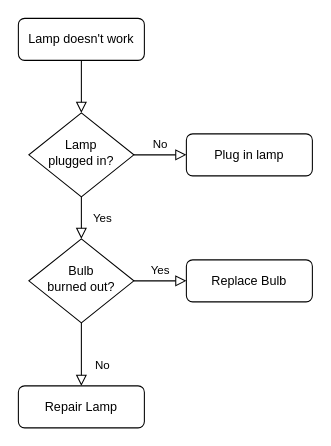
The draw.io diagram Untitled Diagram.drawio in liammccarthy17/Paper2DSideScroller-LiamAndBryan, before the edit. Source tidied: cells renumbered, new cells numbered last; positions are measured from the earlier drawing's top-left corner, leaving out a move shared by most shapes. Both pictures are drawn from the tidied source at 105%, with x=0, y=0 at pixel (18, 18).
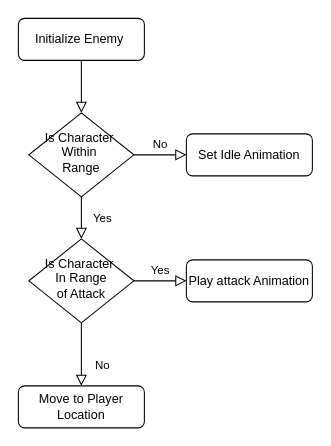
Above is the later version.

Commit message:
Enemy Flowchart

Change to the diagram source:
```diff
@@
 <mxGraphModel>
   <root>
     <mxCell id="0" />
     <mxCell id="1" parent="0" />
     <mxCell id="2" style="rounded=0;html=1;jettySize=auto;fontSize=11;endArrow=block;endFill=0;endSize=8;strokeWidth=1;shadow=0;labelBackgroundColor=none;edgeStyle=orthogonalEdgeStyle;" parent="1" edge="1" source="3" target="6">
       <mxGeometry relative="1" as="geometry" />
     </mxCell>
-    <mxCell id="3" value="Lamp doesn't work" style="rounded=1;whiteSpace=wrap;html=1;fontSize=12;glass=0;strokeWidth=1;shadow=0;" parent="1" vertex="1">
+    <mxCell id="3" value="Initialize Enemy&amp;nbsp;" style="rounded=1;whiteSpace=wrap;html=1;fontSize=12;glass=0;strokeWidth=1;shadow=0;" parent="1" vertex="1">
       <mxGeometry width="120" height="40" as="geometry" />
     </mxCell>
     <mxCell id="4" value="Yes" style="rounded=0;html=1;jettySize=auto;fontSize=11;endArrow=block;endFill=0;endSize=8;strokeWidth=1;shadow=0;labelBackgroundColor=none;edgeStyle=orthogonalEdgeStyle;" parent="1" edge="1" source="6" target="10">
       <mxGeometry y="20" relative="1" as="geometry" />
     </mxCell>
     <mxCell id="5" value="No" style="edgeStyle=orthogonalEdgeStyle;rounded=0;html=1;jettySize=auto;fontSize=11;endArrow=block;endFill=0;endSize=8;strokeWidth=1;shadow=0;labelBackgroundColor=none;" parent="1" edge="1" source="6" target="7">
       <mxGeometry y="10" relative="1" as="geometry" />
     </mxCell>
-    <mxCell id="6" value="Lamp&lt;br&gt;plugged in?" style="rhombus;whiteSpace=wrap;html=1;shadow=0;fontFamily=Helvetica;fontSize=12;align=center;strokeWidth=1;spacing=6;spacingTop=-4;" parent="1" vertex="1">
+    <mxCell id="6" value="Is Character&amp;nbsp;&lt;br&gt;Within&amp;nbsp;&lt;br&gt;Range" style="rhombus;whiteSpace=wrap;html=1;shadow=0;fontFamily=Helvetica;fontSize=12;align=center;strokeWidth=1;spacing=6;spacingTop=-4;" parent="1" vertex="1">
       <mxGeometry x="10" y="90" width="100" height="80" as="geometry" />
     </mxCell>
-    <mxCell id="7" value="Plug in lamp" style="rounded=1;whiteSpace=wrap;html=1;fontSize=12;glass=0;strokeWidth=1;shadow=0;" parent="1" vertex="1">
+    <mxCell id="7" value="Set Idle Animation" style="rounded=1;whiteSpace=wrap;html=1;fontSize=12;glass=0;strokeWidth=1;shadow=0;" parent="1" vertex="1">
       <mxGeometry x="160" y="110" width="120" height="40" as="geometry" />
     </mxCell>
     <mxCell id="8" value="No" style="rounded=0;html=1;jettySize=auto;fontSize=11;endArrow=block;endFill=0;endSize=8;strokeWidth=1;shadow=0;labelBackgroundColor=none;edgeStyle=orthogonalEdgeStyle;" parent="1" edge="1" source="10" target="11">
       <mxGeometry x="0.33" y="20" relative="1" as="geometry" />
     </mxCell>
     <mxCell id="9" value="Yes" style="edgeStyle=orthogonalEdgeStyle;rounded=0;html=1;jettySize=auto;fontSize=11;endArrow=block;endFill=0;endSize=8;strokeWidth=1;shadow=0;labelBackgroundColor=none;" parent="1" edge="1" source="10" target="12">
       <mxGeometry y="10" relative="1" as="geometry" />
     </mxCell>
-    <mxCell id="10" value="Bulb&lt;br&gt;burned out?" style="rhombus;whiteSpace=wrap;html=1;shadow=0;fontFamily=Helvetica;fontSize=12;align=center;strokeWidth=1;spacing=6;spacingTop=-4;" parent="1" vertex="1">
+    <mxCell id="10" value="Is Character&amp;nbsp;&lt;br&gt;In Range&lt;br&gt;of Attack" style="rhombus;whiteSpace=wrap;html=1;shadow=0;fontFamily=Helvetica;fontSize=12;align=center;strokeWidth=1;spacing=6;spacingTop=-4;" parent="1" vertex="1">
       <mxGeometry x="10" y="210" width="100" height="80" as="geometry" />
     </mxCell>
-    <mxCell id="11" value="Repair Lamp" style="rounded=1;whiteSpace=wrap;html=1;fontSize=12;glass=0;strokeWidth=1;shadow=0;" parent="1" vertex="1">
+    <mxCell id="11" value="Move to Player&lt;br&gt;Location" style="rounded=1;whiteSpace=wrap;html=1;fontSize=12;glass=0;strokeWidth=1;shadow=0;" parent="1" vertex="1">
       <mxGeometry y="350" width="120" height="40" as="geometry" />
     </mxCell>
-    <mxCell id="12" value="Replace Bulb" style="rounded=1;whiteSpace=wrap;html=1;fontSize=12;glass=0;strokeWidth=1;shadow=0;" parent="1" vertex="1">
+    <mxCell id="12" value="Play attack Animation" style="rounded=1;whiteSpace=wrap;html=1;fontSize=12;glass=0;strokeWidth=1;shadow=0;" parent="1" vertex="1">
       <mxGeometry x="160" y="230" width="120" height="40" as="geometry" />
     </mxCell>
   </root>
 </mxGraphModel>
```
